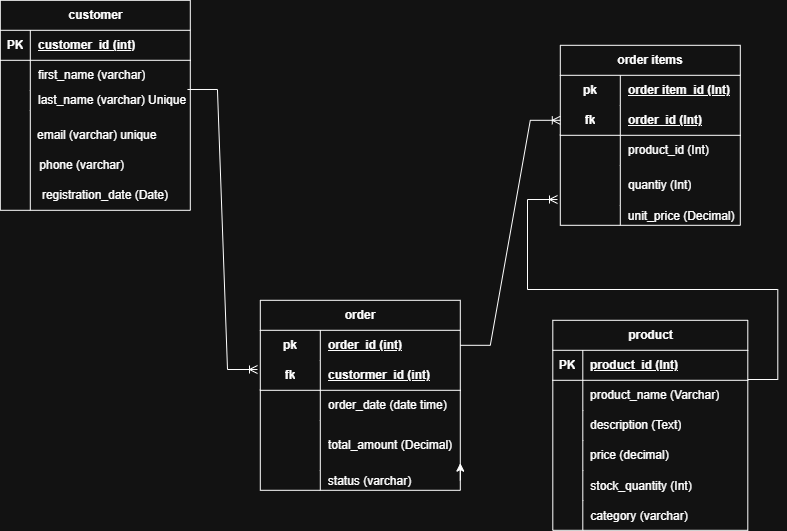
Earlier version of the draw.io export week1/day1/erd.png (M-anzi/fluxify-internaship). Source tidied: cells renumbered, new cells last; positions are measured from the earlier drawing's top-left corner, leaving out a move shared by most shapes.
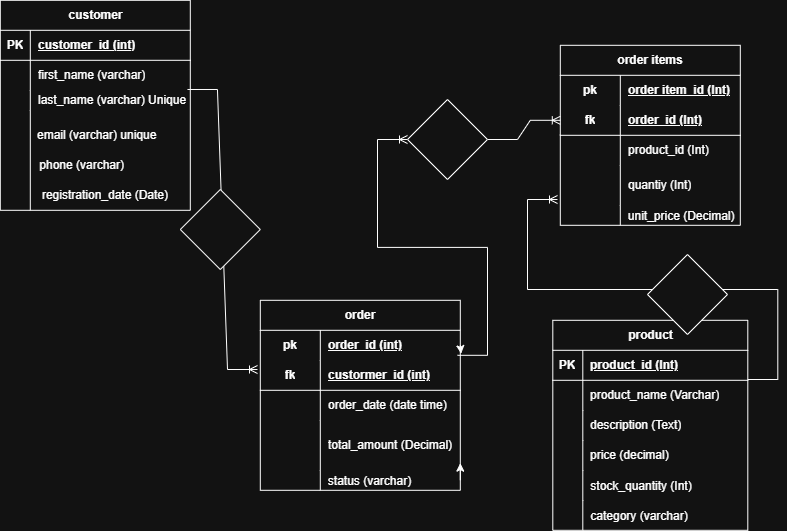
After the change.

Change to the diagram source:
```diff
@@ -143,6 +143,9 @@
     <mxCell id="48" value="status (varchar)" style="shape=partialRectangle;fillColor=none;top=0;left=0;bottom=0;right=0;align=left;spacingLeft=6;overflow=hidden;" parent="46" vertex="1">
       <mxGeometry x="60" width="140" height="20" as="geometry" />
     </mxCell>
+    <mxCell id="74" style="edgeStyle=orthogonalEdgeStyle;rounded=0;orthogonalLoop=1;jettySize=auto;html=1;exitX=1;exitY=0.5;exitDx=0;exitDy=0;entryX=1.004;entryY=0.78;entryDx=0;entryDy=0;entryPerimeter=0;" parent="32" edge="1" source="33" target="33">
+      <mxGeometry relative="1" as="geometry" />
+    </mxCell>
     <mxCell id="49" value="&amp;nbsp; &amp;nbsp; &amp;nbsp; &amp;nbsp;email (varchar) unique" style="text;html=1;whiteSpace=wrap;strokeColor=none;fillColor=none;align=center;verticalAlign=middle;rounded=0;" parent="1" vertex="1">
       <mxGeometry x="9.8" y="119.8" width="150" height="30" as="geometry" />
     </mxCell>
@@ -214,7 +217,7 @@
         <mxPoint x="257" y="369" as="targetPoint" />
       </mxGeometry>
     </mxCell>
-    <mxCell id="72" style="edgeStyle=entityRelationEdgeStyle;fontSize=12;html=1;endArrow=ERoneToMany;rounded=0;entryX=0;entryY=0.5;entryDx=0;entryDy=0;exitX=1;exitY=0.5;exitDx=0;exitDy=0;" parent="1" edge="1" source="33" target="6">
+    <mxCell id="72" style="edgeStyle=entityRelationEdgeStyle;fontSize=12;html=1;endArrow=ERoneToMany;rounded=0;entryX=0;entryY=0.5;entryDx=0;entryDy=0;exitX=1;exitY=0.5;exitDx=0;exitDy=0;" parent="1" edge="1" source="77" target="6">
       <mxGeometry relative="1" as="geometry" />
     </mxCell>
     <mxCell id="73" style="edgeStyle=entityRelationEdgeStyle;fontSize=12;html=1;endArrow=ERoneToMany;rounded=0;" parent="1" edge="1">
@@ -223,5 +226,20 @@
         <mxPoint x="557" y="199" as="targetPoint" />
       </mxGeometry>
     </mxCell>
+    <mxCell id="75" style="rhombus;whiteSpace=wrap;html=1;" parent="1" vertex="1">
+      <mxGeometry x="179.8" y="189" width="80" height="80" as="geometry" />
+    </mxCell>
+    <mxCell id="76" style="edgeStyle=entityRelationEdgeStyle;fontSize=12;html=1;endArrow=ERoneToMany;rounded=0;entryX=0;entryY=0.5;entryDx=0;entryDy=0;exitX=1;exitY=0.5;exitDx=0;exitDy=0;" parent="1" edge="1">
+      <mxGeometry relative="1" as="geometry">
+        <mxPoint x="457" y="354.8" as="sourcePoint" />
+        <mxPoint x="407" y="139" as="targetPoint" />
+      </mxGeometry>
+    </mxCell>
+    <mxCell id="77" style="rhombus;whiteSpace=wrap;html=1;" parent="1" vertex="1">
+      <mxGeometry x="407" y="99" width="80" height="80" as="geometry" />
+    </mxCell>
+    <mxCell id="78" style="rhombus;whiteSpace=wrap;html=1;" parent="1" vertex="1">
+      <mxGeometry x="647" y="254" width="80" height="80" as="geometry" />
+    </mxCell>
   </root>
 </mxGraphModel>
```
